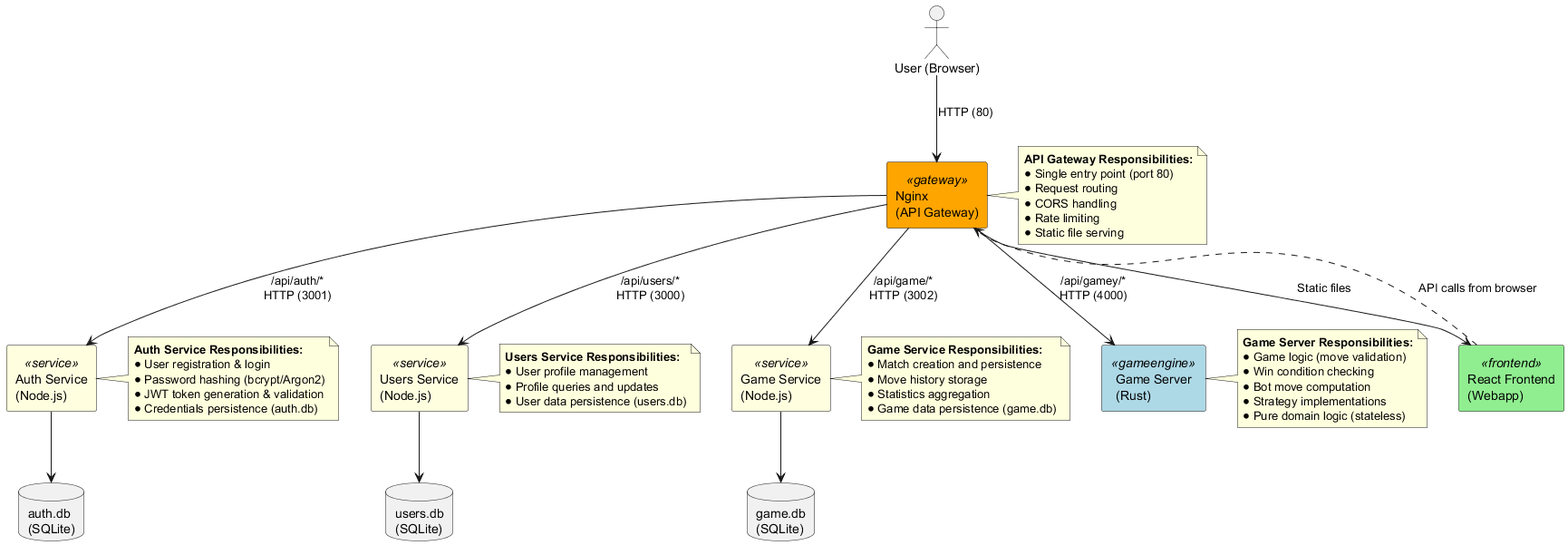
Arquisoft/yovi_es1c keeps this PlantUML diagram as images/solution-architecture.png. Above is the earlier version.
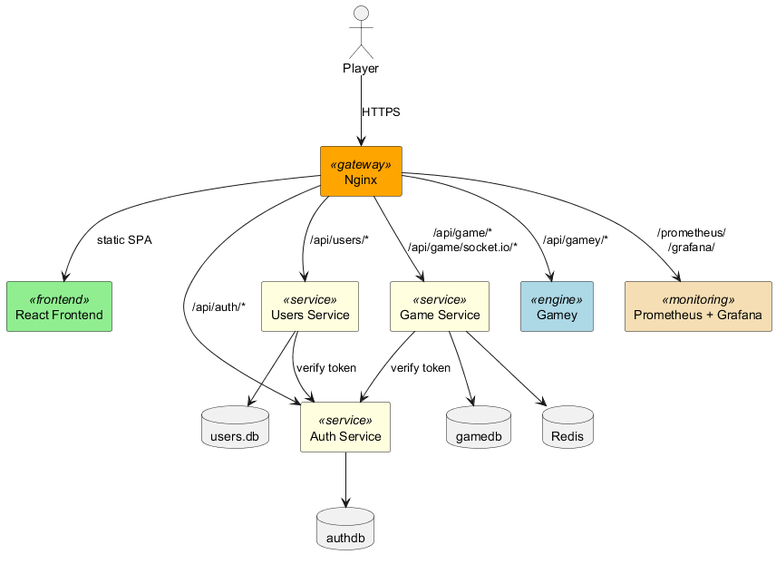
After the commit.

Diff of the diagram source:
```diff
@@ -4,71 +4,37 @@
   BackgroundColor<<frontend>> LightGreen
   BackgroundColor<<gateway>> Orange
   BackgroundColor<<service>> LightYellow
-  BackgroundColor<<gameengine>> LightBlue
+  BackgroundColor<<engine>> LightBlue
+  BackgroundColor<<monitoring>> Wheat
 }
 
-actor "User (Browser)" as user
+actor "Player" as user
 
-rectangle "React Frontend\n(Webapp)" as frontend <<frontend>>
-rectangle "Nginx\n(API Gateway)" as nginx <<gateway>>
-rectangle "Auth Service\n(Node.js)" as auth <<service>>
-rectangle "Users Service\n(Node.js)" as users <<service>>
-rectangle "Game Service\n(Node.js)" as gameservice <<service>>
-rectangle "Game Server\n(Rust)" as game <<gameengine>>
-database "auth.db\n(SQLite)" as authdb
-database "users.db\n(SQLite)" as usersdb
-database "game.db\n(SQLite)" as gamedb
+rectangle "React Frontend" as frontend <<frontend>>
+rectangle "Nginx" as nginx <<gateway>>
+rectangle "Auth Service" as auth <<service>>
+rectangle "Users Service" as users <<service>>
+rectangle "Game Service" as gameservice <<service>>
+rectangle "Gamey" as gamey <<engine>>
+rectangle "Prometheus + Grafana" as monitor <<monitoring>>
+database "authdb" as authdb
+database "users.db" as usersdb
+database "gamedb" as gamedb
+database "Redis" as redis
 
-user --> nginx : HTTP (80)
-nginx --> frontend : Static files
-nginx --> auth : /api/auth/*\nHTTP (3001)
-nginx --> users : /api/users/*\nHTTP (3000)
-nginx --> gameservice : /api/game/*\nHTTP (3002)
-nginx --> game : /api/gamey/*\nHTTP (4000)
-frontend ..> nginx : API calls from browser
+user --> nginx : HTTPS
+nginx --> frontend : static SPA
+nginx --> auth : /api/auth/*
+nginx --> users : /api/users/*
+nginx --> gameservice : /api/game/*\n/api/game/socket.io/*
+nginx --> gamey : /api/gamey/*
+nginx --> monitor : /prometheus/\n/grafana/
+
+users --> auth : verify token
+gameservice --> auth : verify token
 auth --> authdb
 users --> usersdb
 gameservice --> gamedb
-
-note right of nginx
-  **API Gateway Responsibilities:**
-  • Single entry point (port 80)
-  • Request routing
-  • CORS handling
-  • Rate limiting
-  • Static file serving
-end note
-
-note right of auth
-  **Auth Service Responsibilities:**
-  • User registration & login
-  • Password hashing (bcrypt/Argon2)
-  • JWT token generation & validation
-  • Credentials persistence (auth.db)
-end note
-
-note right of users
-  **Users Service Responsibilities:**
-  • User profile management
-  • Profile queries and updates
-  • User data persistence (users.db)
-end note
-
-note right of gameservice
-  **Game Service Responsibilities:**
-  • Match creation and persistence
-  • Move history storage
-  • Statistics aggregation
-  • Game data persistence (game.db)
-end note
-
-note right of game
-  **Game Server Responsibilities:**
-  • Game logic (move validation)
-  • Win condition checking
-  • Bot move computation
-  • Strategy implementations
-  • Pure domain logic (stateless)
-end note
+gameservice --> redis
 
 @enduml
```
